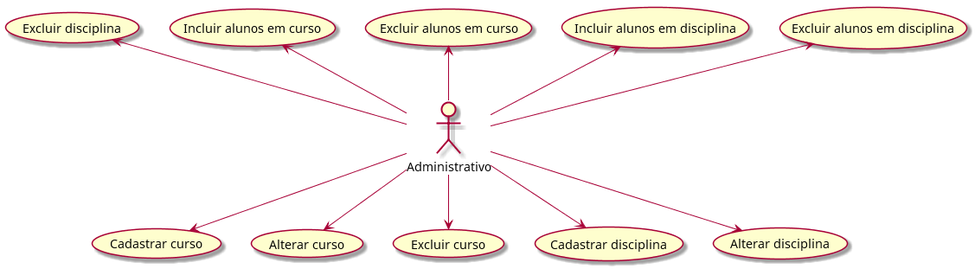
This is modelagem/lcmuniz/diagrama de caso de uso/uc4.png from pablotdurans/EngSoft2018, a PlantUML export, as it was before one commit.
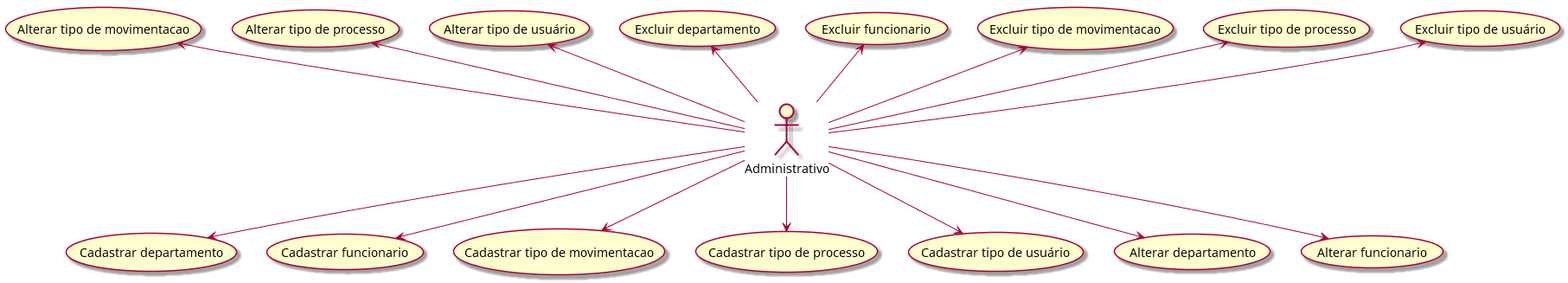
The same diagram one commit later.

Change to the diagram source:
```diff
@@ -1,24 +1,34 @@
 @startuml
 
-Administrativo --> (Cadastrar curso)
+Administrativo --> (Cadastrar departamento)
 
-Administrativo --> (Alterar curso)
+Administrativo --> (Cadastrar funcionario)
 
-Administrativo --> (Excluir curso)
+Administrativo --> (Cadastrar tipo de movimentacao)
 
-Administrativo --> (Cadastrar disciplina)
+Administrativo --> (Cadastrar tipo de processo)
 
-Administrativo --> (Alterar disciplina)
+Administrativo --> (Cadastrar tipo de usuário)
 
-(Excluir disciplina) <-- Administrativo
+Administrativo --> (Alterar departamento)
 
-(Incluir alunos em curso) <-- Administrativo
+Administrativo --> (Alterar funcionario)
 
-(Excluir alunos em curso) <-- Administrativo
+(Alterar tipo de movimentacao) <-- Administrativo
 
-(Incluir alunos em disciplina) <-- Administrativo
+(Alterar tipo de processo)  <-- Administrativo
 
-(Excluir alunos em disciplina) <-- Administrativo
+(Alterar tipo de usuário)  <-- Administrativo
+
+(Excluir departamento)  <-- Administrativo
+
+(Excluir funcionario)  <-- Administrativo
+
+ (Excluir tipo de movimentacao)  <-- Administrativo
+
+ (Excluir tipo de processo)   <-- Administrativo
+
+ (Excluir tipo de usuário)   <-- Administrativo
 
 
 @enduml
```
